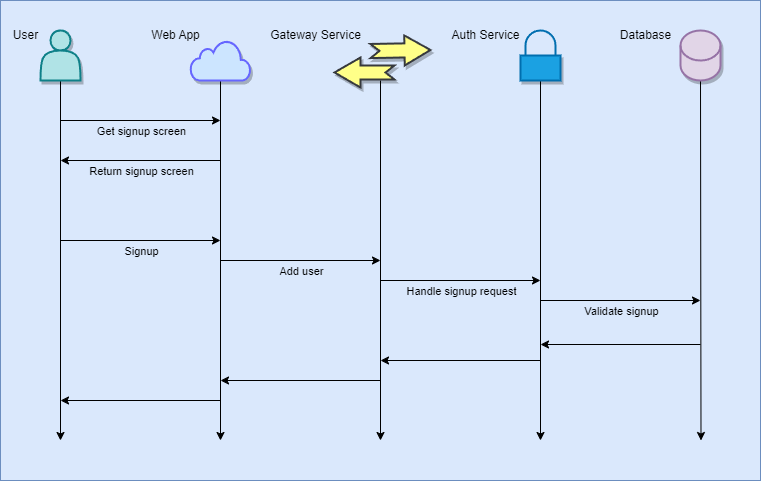
This is docs/images/06_signup.drawio.png from Arquisoft/wiq_es05b, a draw.io export, as it was before one commit. Source tidied: cells renumbered, new cells last; positions are measured from the earlier drawing's top-left corner, leaving out a move shared by most shapes. Its diagram source:
```xml
<mxGraphModel>
  <root>
    <mxCell id="0" />
    <mxCell id="1" value="Background" parent="0" />
    <mxCell id="2" style="whiteSpace=wrap;html=1;fillColor=#dae8fc;strokeColor=#6c8ebf;" parent="1" vertex="1">
      <mxGeometry width="760" height="480" as="geometry" />
    </mxCell>
    <mxCell id="3" value="Diagram" parent="0" />
    <mxCell id="4" style="edgeStyle=none;html=1;startArrow=none;" parent="3" edge="1">
      <mxGeometry relative="1" as="geometry">
        <mxPoint x="60" y="80" as="sourcePoint" />
        <mxPoint x="60" y="440" as="targetPoint" />
      </mxGeometry>
    </mxCell>
    <mxCell id="5" style="shape=actor;whiteSpace=wrap;html=1;shadow=1;strokeWidth=2;fillColor=#b0e3e6;strokeColor=#0e8088;" parent="3" vertex="1">
      <mxGeometry x="40" y="30" width="40" height="50" as="geometry" />
    </mxCell>
    <mxCell id="6" style="edgeStyle=none;html=1;exitX=0.5;exitY=1;exitDx=0;exitDy=0;" parent="3" edge="1">
      <mxGeometry relative="1" as="geometry">
        <mxPoint x="220" y="80" as="sourcePoint" />
        <mxPoint x="220" y="440" as="targetPoint" />
      </mxGeometry>
    </mxCell>
    <mxCell id="7" style="edgeStyle=none;html=1;exitX=0.5;exitY=1;exitDx=0;exitDy=0;" parent="3" edge="1">
      <mxGeometry relative="1" as="geometry">
        <mxPoint x="380" y="80" as="sourcePoint" />
        <mxPoint x="380" y="440" as="targetPoint" />
      </mxGeometry>
    </mxCell>
    <mxCell id="8" style="edgeStyle=none;html=1;exitX=0.5;exitY=1;exitDx=0;exitDy=0;exitPerimeter=0;" parent="3" edge="1" source="9">
      <mxGeometry relative="1" as="geometry">
        <mxPoint x="700.5" y="440" as="targetPoint" />
      </mxGeometry>
    </mxCell>
    <mxCell id="9" value="&lt;br&gt;" style="shape=cylinder3;whiteSpace=wrap;html=1;boundedLbl=1;backgroundOutline=1;size=15;shadow=1;sketch=0;fillStyle=auto;fillColor=#e1d5e7;strokeWidth=2;strokeColor=#9673a6;" parent="3" vertex="1">
      <mxGeometry x="680" y="30" width="40" height="50" as="geometry" />
    </mxCell>
    <mxCell id="10" style="endArrow=classic;html=1;" parent="3" edge="1">
      <mxGeometry relative="1" as="geometry">
        <mxPoint x="60" y="120" as="sourcePoint" />
        <mxPoint x="220" y="120" as="targetPoint" />
      </mxGeometry>
    </mxCell>
    <mxCell id="11" value="Get signup screen" style="edgeLabel;html=1;align=center;verticalAlign=middle;labelBackgroundColor=none;" parent="10" vertex="1">
      <mxGeometry x="-0.4" y="2" relative="1" as="geometry">
        <mxPoint x="32" y="12" as="offset" />
      </mxGeometry>
    </mxCell>
    <mxCell id="12" style="endArrow=classic;html=1;" parent="3" edge="1">
      <mxGeometry relative="1" as="geometry">
        <mxPoint x="220" y="160" as="sourcePoint" />
        <mxPoint x="60" y="160" as="targetPoint" />
      </mxGeometry>
    </mxCell>
    <mxCell id="13" value="Return signup screen" style="edgeLabel;html=1;align=center;verticalAlign=middle;labelBackgroundColor=none;" parent="12" vertex="1">
      <mxGeometry x="-0.17" y="-3" relative="1" as="geometry">
        <mxPoint x="-14" y="13" as="offset" />
      </mxGeometry>
    </mxCell>
    <mxCell id="14" style="edgeStyle=none;orthogonalLoop=1;jettySize=auto;html=1;" parent="3" edge="1">
      <mxGeometry relative="1" as="geometry">
        <mxPoint x="60" y="240" as="sourcePoint" />
        <mxPoint x="220" y="240" as="targetPoint" />
      </mxGeometry>
    </mxCell>
    <mxCell id="15" value="Signup" style="edgeLabel;html=1;align=center;verticalAlign=middle;labelBackgroundColor=none;" parent="14" vertex="1">
      <mxGeometry x="-0.39" relative="1" as="geometry">
        <mxPoint x="31" y="10" as="offset" />
      </mxGeometry>
    </mxCell>
    <mxCell id="16" style="edgeStyle=none;orthogonalLoop=1;jettySize=auto;html=1;" parent="3" edge="1">
      <mxGeometry relative="1" as="geometry">
        <mxPoint x="220" y="260" as="sourcePoint" />
        <mxPoint x="380" y="260" as="targetPoint" />
      </mxGeometry>
    </mxCell>
    <mxCell id="17" value="Add user" style="edgeLabel;html=1;align=center;verticalAlign=middle;labelBackgroundColor=none;" parent="16" vertex="1">
      <mxGeometry x="-0.25" y="-5" relative="1" as="geometry">
        <mxPoint x="20" y="5" as="offset" />
      </mxGeometry>
    </mxCell>
    <mxCell id="18" style="endArrow=classic;html=1;" parent="3" edge="1">
      <mxGeometry relative="1" as="geometry">
        <mxPoint x="380" y="280" as="sourcePoint" />
        <mxPoint x="540" y="280" as="targetPoint" />
      </mxGeometry>
    </mxCell>
    <mxCell id="19" value="Handle signup request" style="edgeLabel;html=1;align=center;verticalAlign=middle;labelBackgroundColor=none;" parent="18" vertex="1">
      <mxGeometry x="-0.39" y="3" relative="1" as="geometry">
        <mxPoint x="32" y="13" as="offset" />
      </mxGeometry>
    </mxCell>
    <mxCell id="20" style="endArrow=classic;html=1;" parent="3" edge="1">
      <mxGeometry relative="1" as="geometry">
        <mxPoint x="540" y="80" as="sourcePoint" />
        <mxPoint x="540" y="440" as="targetPoint" />
      </mxGeometry>
    </mxCell>
    <mxCell id="21" style="endArrow=classic;html=1;" parent="3" edge="1">
      <mxGeometry relative="1" as="geometry">
        <mxPoint x="540" y="300" as="sourcePoint" />
        <mxPoint x="700" y="300" as="targetPoint" />
      </mxGeometry>
    </mxCell>
    <mxCell id="22" value="Validate signup" style="edgeLabel;html=1;align=center;verticalAlign=middle;labelBackgroundColor=none;" parent="21" vertex="1">
      <mxGeometry x="0.15" y="2" relative="1" as="geometry">
        <mxPoint x="-12" y="12" as="offset" />
      </mxGeometry>
    </mxCell>
    <mxCell id="23" style="endArrow=classic;html=1;" parent="3" edge="1">
      <mxGeometry relative="1" as="geometry">
        <mxPoint x="700" y="344" as="sourcePoint" />
        <mxPoint x="540" y="344" as="targetPoint" />
      </mxGeometry>
    </mxCell>
    <mxCell id="24" style="endArrow=classic;html=1;" parent="3" edge="1">
      <mxGeometry relative="1" as="geometry">
        <mxPoint x="540" y="360" as="sourcePoint" />
        <mxPoint x="380" y="360" as="targetPoint" />
      </mxGeometry>
    </mxCell>
    <mxCell id="25" style="endArrow=classic;html=1;" parent="3" edge="1">
      <mxGeometry relative="1" as="geometry">
        <mxPoint x="380" y="380" as="sourcePoint" />
        <mxPoint x="220" y="380" as="targetPoint" />
      </mxGeometry>
    </mxCell>
    <mxCell id="26" style="endArrow=classic;html=1;" parent="3" edge="1">
      <mxGeometry relative="1" as="geometry">
        <mxPoint x="220" y="400" as="sourcePoint" />
        <mxPoint x="60" y="400" as="targetPoint" />
      </mxGeometry>
    </mxCell>
    <mxCell id="27" style="html=1;verticalLabelPosition=bottom;align=center;labelBackgroundColor=#ffffff;verticalAlign=top;strokeWidth=2;strokeColor=#6666FF;shadow=1;dashed=0;shape=mxgraph.ios7.icons.cloud;fillColor=#cce5ff;" parent="3" vertex="1">
      <mxGeometry x="190" y="40" width="60" height="40" as="geometry" />
    </mxCell>
    <mxCell id="28" value="User" style="text;html=1;align=center;verticalAlign=middle;strokeColor=none;fillColor=none;" parent="3" vertex="1">
      <mxGeometry y="20" width="50" height="30" as="geometry" />
    </mxCell>
    <mxCell id="29" value="Web App" style="text;html=1;align=center;verticalAlign=middle;strokeColor=none;fillColor=none;" parent="3" vertex="1">
      <mxGeometry x="140" y="20" width="70" height="30" as="geometry" />
    </mxCell>
    <mxCell id="30" style="html=1;verticalLabelPosition=bottom;align=center;labelBackgroundColor=#ffffff;verticalAlign=top;strokeWidth=2;strokeColor=#006EAF;shadow=1;dashed=0;shape=mxgraph.ios7.icons.locked;fillColor=#1ba1e2;fontColor=#ffffff;" parent="3" vertex="1">
      <mxGeometry x="520" y="30" width="40" height="50" as="geometry" />
    </mxCell>
    <mxCell id="31" value="Auth Service" style="text;html=1;align=center;verticalAlign=middle;strokeColor=none;fillColor=none;" parent="3" vertex="1">
      <mxGeometry x="440" y="20" width="90" height="30" as="geometry" />
    </mxCell>
    <mxCell id="32" value="Database" style="text;html=1;align=center;verticalAlign=middle;strokeColor=none;fillColor=none;" parent="3" vertex="1">
      <mxGeometry x="610" y="20" width="70" height="30" as="geometry" />
    </mxCell>
    <mxCell id="33" value="Gateway Service" style="text;html=1;align=center;verticalAlign=middle;strokeColor=none;fillColor=none;" parent="3" vertex="1">
      <mxGeometry x="260" y="20" width="110" height="30" as="geometry" />
    </mxCell>
    <mxCell id="34" style="group;" parent="3" vertex="1">
      <mxGeometry x="334" y="37.5" width="92.3" height="49.5" as="geometry" />
    </mxCell>
    <mxCell id="35" style="html=1;shadow=1;dashed=0;align=center;verticalAlign=middle;shape=mxgraph.arrows2.arrow;dy=0.53;dx=26;flipH=1;notch=9;labelBackgroundColor=none;strokeWidth=2;fillColor=#ffff88;strokeColor=#36393d;" parent="34" vertex="1">
      <mxGeometry y="19.5" width="60" height="30" as="geometry" />
    </mxCell>
    <mxCell id="36" style="html=1;shadow=1;dashed=0;align=center;verticalAlign=middle;shape=mxgraph.arrows2.arrow;dy=0.53;dx=26;flipH=1;notch=9;labelBackgroundColor=none;strokeWidth=2;rotation=-181;fillColor=#ffff88;strokeColor=#36393d;" parent="34" vertex="1">
      <mxGeometry x="36" y="-2.5" width="60" height="30" as="geometry" />
    </mxCell>
  </root>
</mxGraphModel>
```
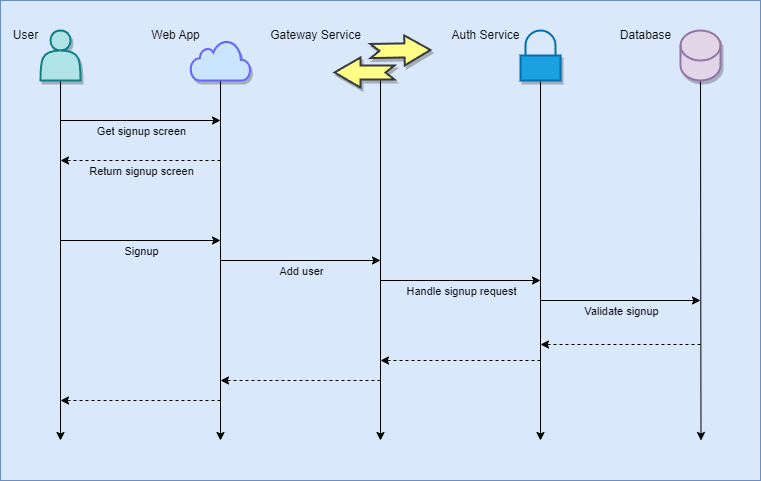
Later version of the same file.

The edit, as a diff of the source:
```diff
@@ -46,7 +46,7 @@
         <mxPoint x="32" y="12" as="offset" />
       </mxGeometry>
     </mxCell>
-    <mxCell id="12" style="endArrow=classic;html=1;" parent="3" edge="1">
+    <mxCell id="12" style="endArrow=classic;html=1;dashed=1;" parent="3" edge="1">
       <mxGeometry relative="1" as="geometry">
         <mxPoint x="220" y="160" as="sourcePoint" />
         <mxPoint x="60" y="160" as="targetPoint" />
@@ -107,25 +107,25 @@
         <mxPoint x="-12" y="12" as="offset" />
       </mxGeometry>
     </mxCell>
-    <mxCell id="23" style="endArrow=classic;html=1;" parent="3" edge="1">
+    <mxCell id="23" style="endArrow=classic;html=1;dashed=1;" parent="3" edge="1">
       <mxGeometry relative="1" as="geometry">
         <mxPoint x="700" y="344" as="sourcePoint" />
         <mxPoint x="540" y="344" as="targetPoint" />
       </mxGeometry>
     </mxCell>
-    <mxCell id="24" style="endArrow=classic;html=1;" parent="3" edge="1">
+    <mxCell id="24" style="endArrow=classic;html=1;dashed=1;" parent="3" edge="1">
       <mxGeometry relative="1" as="geometry">
         <mxPoint x="540" y="360" as="sourcePoint" />
         <mxPoint x="380" y="360" as="targetPoint" />
       </mxGeometry>
     </mxCell>
-    <mxCell id="25" style="endArrow=classic;html=1;" parent="3" edge="1">
+    <mxCell id="25" style="endArrow=classic;html=1;dashed=1;" parent="3" edge="1">
       <mxGeometry relative="1" as="geometry">
         <mxPoint x="380" y="380" as="sourcePoint" />
         <mxPoint x="220" y="380" as="targetPoint" />
       </mxGeometry>
     </mxCell>
-    <mxCell id="26" style="endArrow=classic;html=1;" parent="3" edge="1">
+    <mxCell id="26" style="endArrow=classic;html=1;dashed=1;" parent="3" edge="1">
       <mxGeometry relative="1" as="geometry">
         <mxPoint x="220" y="400" as="sourcePoint" />
         <mxPoint x="60" y="400" as="targetPoint" />
```
